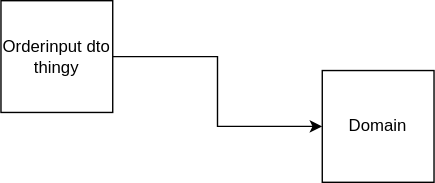
Above: ddd-fsharp/Shop/architecture/diagram.drawio.svg in nrkno/fsharpskolen (draw.io), before the change. Source tidied: cells renumbered, new cells last; positions are measured from the earlier drawing's top-left corner, leaving out a move shared by most shapes. Its diagram source:
```xml
<mxGraphModel>
  <root>
    <mxCell id="0" />
    <mxCell id="1" parent="0" />
    <mxCell id="2" value="Domain" style="whiteSpace=wrap;html=1;" parent="1" vertex="1">
      <mxGeometry x="230" y="50" width="80" height="80" as="geometry" />
    </mxCell>
    <mxCell id="3" style="edgeStyle=orthogonalEdgeStyle;rounded=0;jettySize=auto;html=1;entryX=0;entryY=0.5;entryDx=0;entryDy=0;" parent="1" edge="1" source="4" target="2">
      <mxGeometry relative="1" as="geometry" />
    </mxCell>
    <mxCell id="4" value="Orderinput dto thingy" style="whiteSpace=wrap;html=1;" parent="1" vertex="1">
      <mxGeometry width="80" height="80" as="geometry" />
    </mxCell>
  </root>
</mxGraphModel>
```
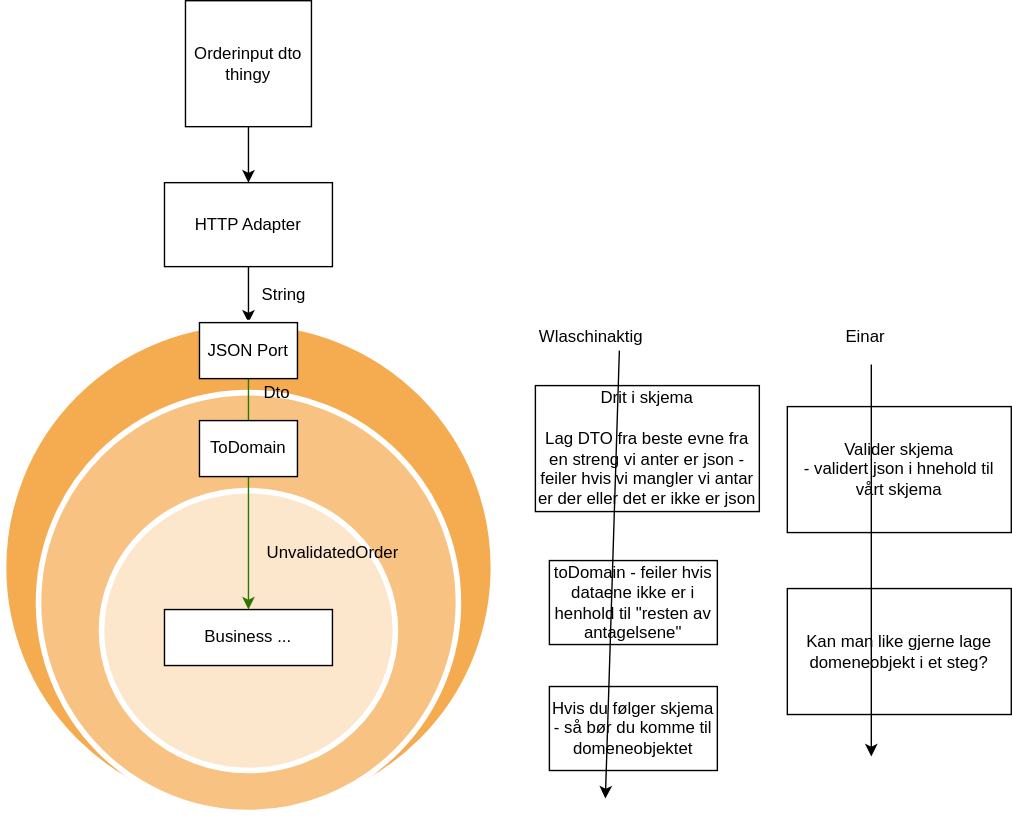
Above is the later version.

What changed in the source:
```diff
@@ -2,14 +2,80 @@
   <root>
     <mxCell id="0" />
     <mxCell id="1" parent="0" />
-    <mxCell id="2" value="Domain" style="whiteSpace=wrap;html=1;" parent="1" vertex="1">
-      <mxGeometry x="230" y="50" width="80" height="80" as="geometry" />
-    </mxCell>
-    <mxCell id="3" style="edgeStyle=orthogonalEdgeStyle;rounded=0;jettySize=auto;html=1;entryX=0;entryY=0.5;entryDx=0;entryDy=0;" parent="1" edge="1" source="4" target="2">
-      <mxGeometry relative="1" as="geometry" />
-    </mxCell>
     <mxCell id="4" value="Orderinput dto thingy" style="whiteSpace=wrap;html=1;" parent="1" vertex="1">
-      <mxGeometry width="80" height="80" as="geometry" />
+      <mxGeometry width="90" height="90" as="geometry" />
     </mxCell>
+    <mxCell id="5" style="edgeStyle=orthogonalEdgeStyle;rounded=0;jettySize=auto;html=1;" parent="1" edge="1" source="6" target="12">
+      <mxGeometry relative="1" as="geometry" />
+    </mxCell>
+    <mxCell id="6" value="HTTP Adapter" style="rounded=0;whiteSpace=wrap;html=1;" parent="1" vertex="1">
+      <mxGeometry x="-15" y="130" width="120" height="60" as="geometry" />
+    </mxCell>
+    <mxCell id="7" style="edgeStyle=orthogonalEdgeStyle;rounded=0;jettySize=auto;html=1;entryX=0.5;entryY=0;entryDx=0;entryDy=0;" parent="1" edge="1" source="4" target="6">
+      <mxGeometry relative="1" as="geometry" />
+    </mxCell>
+    <mxCell id="8" style="ellipse;html=1;strokeWidth=4;fillColor=#F5AB50;strokeColor=#ffffff;shadow=0;fontSize=10;fontColor=#FFFFFF;align=center;fontStyle=0;whiteSpace=wrap;spacing=10;" parent="1" vertex="1">
+      <mxGeometry x="-130" y="230" width="350" height="350" as="geometry" />
+    </mxCell>
+    <mxCell id="9" style="ellipse;html=1;strokeWidth=4;fillColor=#F8C382;strokeColor=#ffffff;shadow=0;fontSize=10;fontColor=#FFFFFF;align=center;fontStyle=0;whiteSpace=wrap;spacing=10;" parent="1" vertex="1">
+      <mxGeometry x="-105" y="280" width="300" height="300" as="geometry" />
+    </mxCell>
+    <mxCell id="10" style="ellipse;html=1;strokeWidth=4;fillColor=#FCE7CD;strokeColor=#ffffff;shadow=0;fontSize=10;fontColor=#FFFFFF;align=center;fontStyle=0;whiteSpace=wrap;spacing=10;" parent="1" vertex="1">
+      <mxGeometry x="-60" y="350" width="210" height="200" as="geometry" />
+    </mxCell>
+    <mxCell id="11" style="edgeStyle=orthogonalEdgeStyle;rounded=0;jettySize=auto;html=1;fontColor=#000000;fillColor=#60a917;strokeColor=#2D7600;" parent="1" edge="1" source="12" target="14">
+      <mxGeometry relative="1" as="geometry" />
+    </mxCell>
+    <mxCell id="12" value="JSON Port" style="rounded=0;whiteSpace=wrap;html=1;" parent="1" vertex="1">
+      <mxGeometry x="10" y="230" width="70" height="40" as="geometry" />
+    </mxCell>
+    <mxCell id="13" value="ToDomain" style="rounded=0;whiteSpace=wrap;html=1;" parent="1" vertex="1">
+      <mxGeometry x="10" y="300" width="70" height="40" as="geometry" />
+    </mxCell>
+    <mxCell id="14" value="Business ..." style="rounded=0;whiteSpace=wrap;html=1;" parent="1" vertex="1">
+      <mxGeometry x="-15" y="435" width="120" height="40" as="geometry" />
+    </mxCell>
+    <mxCell id="15" value="String" style="text;html=1;align=center;verticalAlign=middle;" parent="1" vertex="1">
+      <mxGeometry x="45" y="200" width="50" height="20" as="geometry" />
+    </mxCell>
+    <mxCell id="16" value="Dto" style="text;html=1;align=center;verticalAlign=middle;fontColor=#000000;" parent="1" vertex="1">
+      <mxGeometry x="50" y="270" width="30" height="20" as="geometry" />
+    </mxCell>
+    <mxCell id="17" value="UnvalidatedOrder" style="text;html=1;align=center;verticalAlign=middle;fontColor=#000000;" parent="1" vertex="1">
+      <mxGeometry x="50" y="385" width="110" height="20" as="geometry" />
+    </mxCell>
+    <mxCell id="18" value="Drit i skjema&lt;br&gt;&lt;br&gt;Lag DTO fra beste evne fra en streng vi anter er json - feiler hvis vi mangler vi antar er der eller det er ikke er json" style="rounded=0;whiteSpace=wrap;html=1;" parent="1" vertex="1">
+      <mxGeometry x="250" y="275" width="160" height="90" as="geometry" />
+    </mxCell>
+    <mxCell id="19" value="toDomain - feiler hvis dataene ikke er i henhold til &quot;resten av antagelsene&quot;&lt;br&gt;" style="rounded=0;whiteSpace=wrap;html=1;" parent="1" vertex="1">
+      <mxGeometry x="260" y="400" width="120" height="60" as="geometry" />
+    </mxCell>
+    <mxCell id="20" value="Hvis du følger skjema - så bør du komme til domeneobjektet" style="rounded=0;whiteSpace=wrap;html=1;" parent="1" vertex="1">
+      <mxGeometry x="260" y="490" width="120" height="60" as="geometry" />
+    </mxCell>
+    <mxCell id="21" value="Valider skjema&lt;br&gt;- validert json i hnehold til vårt skjema" style="rounded=0;whiteSpace=wrap;html=1;" parent="1" vertex="1">
+      <mxGeometry x="430" y="290" width="160" height="90" as="geometry" />
+    </mxCell>
+    <mxCell id="22" value="Kan man like gjerne lage domeneobjekt i et steg?" style="rounded=0;whiteSpace=wrap;html=1;" parent="1" vertex="1">
+      <mxGeometry x="430" y="420" width="160" height="90" as="geometry" />
+    </mxCell>
+    <mxCell id="23" style="endArrow=classic;html=1;" parent="1" edge="1">
+      <mxGeometry relative="1" as="geometry">
+        <mxPoint x="310" y="250" as="sourcePoint" />
+        <mxPoint x="300" y="570" as="targetPoint" />
+      </mxGeometry>
+    </mxCell>
+    <mxCell id="24" style="endArrow=classic;html=1;" parent="1" edge="1">
+      <mxGeometry relative="1" as="geometry">
+        <mxPoint x="490" y="260" as="sourcePoint" />
+        <mxPoint x="490" y="540" as="targetPoint" />
+      </mxGeometry>
+    </mxCell>
+    <mxCell id="25" value="Wlaschinaktig" style="text;html=1;strokeColor=none;fillColor=none;align=center;verticalAlign=middle;whiteSpace=wrap;rounded=0;" parent="1" vertex="1">
+      <mxGeometry x="270" y="230" width="40" height="20" as="geometry" />
+    </mxCell>
+    <mxCell id="26" value="Einar" style="text;html=1;strokeColor=none;fillColor=none;align=center;verticalAlign=middle;whiteSpace=wrap;rounded=0;" parent="1" vertex="1">
+      <mxGeometry x="451" y="230" width="70" height="20" as="geometry" />
+    </mxCell>
   </root>
 </mxGraphModel>
```
